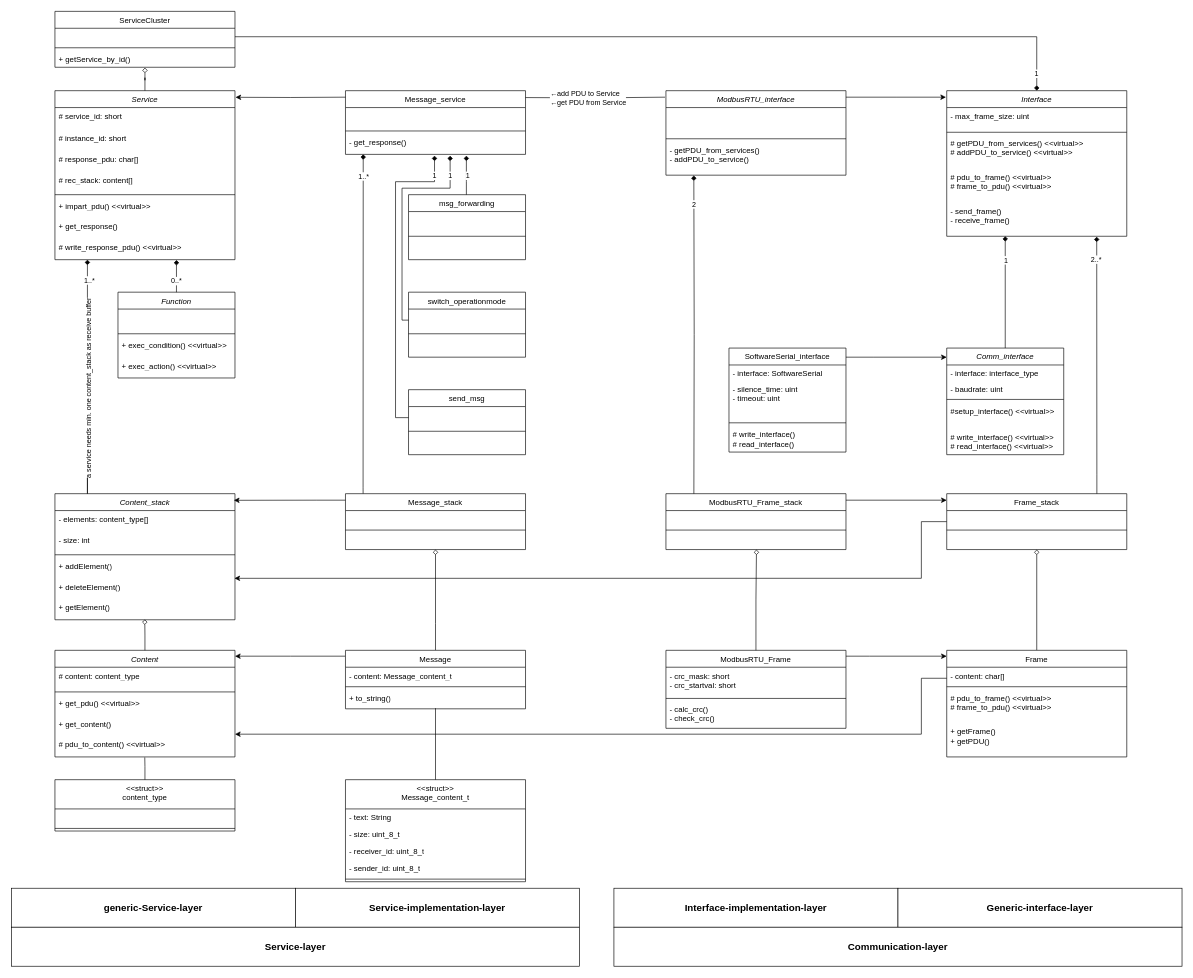
Before: modbus_classdiagram.drawio in F-L-X-S/BusBricks, a draw.io diagram. Source tidied: cells renumbered, new cells numbered last; positions are measured from the earlier drawing's top-left corner, leaving out a move shared by most shapes. Both pictures are drawn from the tidied source at 65%, with x=0, y=0 at pixel (11, 11).
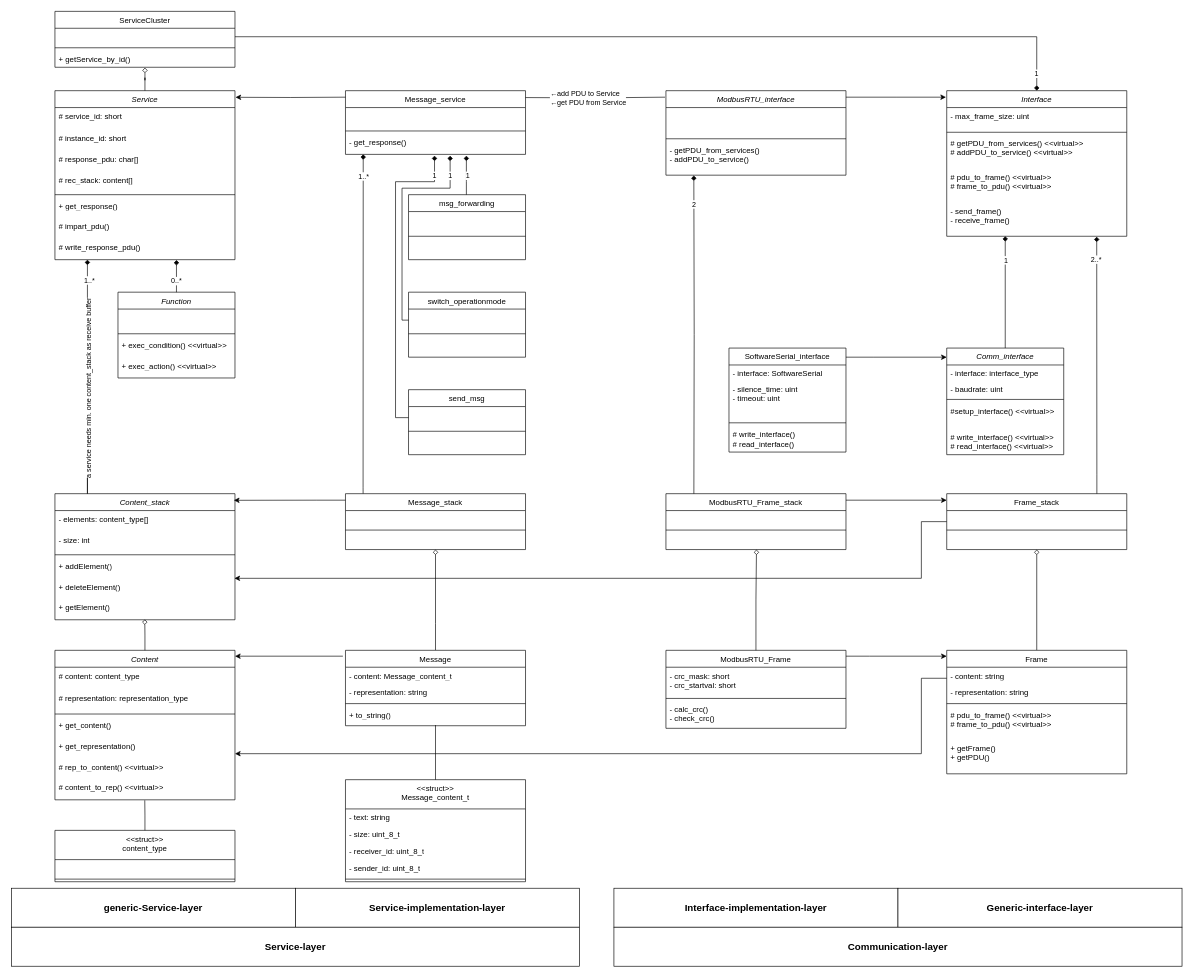
The same diagram, later.

Unchanged cells that the change refers to:
```xml
<mxCell id="13" value="&lt;i style=&quot;font-weight: normal;&quot;&gt;Service&lt;/i&gt;" style="swimlane;fontStyle=1;align=center;verticalAlign=top;horizontal=1;startSize=26;whiteSpace=wrap;html=1;" parent="1" vertex="1">
  <mxGeometry x="67" y="122" width="277" height="260" as="geometry" />
</mxCell>
<mxCell id="34" value="&lt;div&gt;&lt;span style=&quot;font-weight: 400;&quot;&gt;&amp;lt;&amp;lt;struct&amp;gt;&amp;gt;&lt;/span&gt;&lt;/div&gt;&lt;span style=&quot;font-weight: 400;&quot;&gt;Message_content_t&lt;/span&gt;" style="swimlane;fontStyle=1;align=center;verticalAlign=top;horizontal=1;startSize=45;whiteSpace=wrap;html=1;" parent="1" vertex="1">
  <mxGeometry x="514" y="1182" width="277" height="157" as="geometry" />
</mxCell>
```

The edit, as a diff of the source:
```diff
@@
+    <mxCell id="20" value="+ get_response()&amp;nbsp;" style="text;strokeColor=none;fillColor=none;align=left;verticalAlign=top;spacingLeft=4;spacingRight=4;overflow=hidden;whiteSpace=wrap;html=1;" parent="13" vertex="1">
+      <mxGeometry y="164" width="277" height="32" as="geometry" />
+    </mxCell>
-    <mxCell id="19" value="+ impart_pdu() &amp;lt;&amp;lt;virtual&amp;gt;&amp;gt;" style="text;strokeColor=none;fillColor=none;align=left;verticalAlign=top;spacingLeft=4;spacingRight=4;overflow=hidden;whiteSpace=wrap;html=1;" parent="13" vertex="1">
-      <mxGeometry y="164" width="277" height="32" as="geometry" />
+    <mxCell id="19" value="# impart_pdu()&amp;nbsp;" style="text;strokeColor=none;fillColor=none;align=left;verticalAlign=top;spacingLeft=4;spacingRight=4;overflow=hidden;whiteSpace=wrap;html=1;" parent="13" vertex="1">
+      <mxGeometry y="196" width="277" height="32" as="geometry" />
     </mxCell>
-    <mxCell id="20" value="+ get_response()&amp;nbsp;" style="text;strokeColor=none;fillColor=none;align=left;verticalAlign=top;spacingLeft=4;spacingRight=4;overflow=hidden;whiteSpace=wrap;html=1;" parent="13" vertex="1">
-      <mxGeometry y="196" width="277" height="32" as="geometry" />
-    </mxCell>
-    <mxCell id="21" value="# write_response_pdu() &amp;lt;&amp;lt;virtual&amp;gt;&amp;gt;" style="text;strokeColor=none;fillColor=none;align=left;verticalAlign=top;spacingLeft=4;spacingRight=4;overflow=hidden;points=[[0,0.5],[1,0.5]];portConstraint=eastwest;whiteSpace=wrap;html=1;" parent="13" vertex="1">
+    <mxCell id="21" value="# write_response_pdu()&amp;nbsp;" style="text;strokeColor=none;fillColor=none;align=left;verticalAlign=top;spacingLeft=4;spacingRight=4;overflow=hidden;points=[[0,0.5],[1,0.5]];portConstraint=eastwest;whiteSpace=wrap;html=1;" parent="13" vertex="1">
       <mxGeometry y="228" width="277" height="32" as="geometry" />
     </mxCell>
-    <mxCell id="22" style="edgeStyle=orthogonalEdgeStyle;rounded=0;jettySize=auto;html=1;entryX=1.001;entryY=0.674;entryDx=0;entryDy=0;entryPerimeter=0;endArrow=classic;endFill=1;exitX=-0.001;exitY=0.1;exitDx=0;exitDy=0;exitPerimeter=0;" parent="1" edge="1" source="24">
+    <mxCell id="22" style="edgeStyle=orthogonalEdgeStyle;rounded=0;orthogonalLoop=1;jettySize=auto;html=1;entryX=1.001;entryY=0.674;entryDx=0;entryDy=0;entryPerimeter=0;endArrow=classic;endFill=1;" parent="1" edge="1">
       <mxGeometry relative="1" as="geometry">
+        <mxPoint x="510" y="992" as="sourcePoint" />
         <mxPoint x="344" y="992" as="targetPoint" />
       </mxGeometry>
     </mxCell>
@@
     <mxCell id="24" value="&lt;span style=&quot;font-weight: 400;&quot;&gt;Message&lt;/span&gt;" style="swimlane;fontStyle=1;align=center;verticalAlign=top;horizontal=1;startSize=26;whiteSpace=wrap;html=1;" parent="1" vertex="1">
-      <mxGeometry x="514" y="983" width="277" height="90" as="geometry" />
+      <mxGeometry x="514" y="983" width="277" height="116" as="geometry" />
     </mxCell>
@@
+    <mxCell id="149" value="- representation: string" style="text;strokeColor=none;fillColor=none;align=left;verticalAlign=top;spacingLeft=4;spacingRight=4;overflow=hidden;whiteSpace=wrap;html=1;" parent="24" vertex="1">
+      <mxGeometry y="52" width="277" height="26" as="geometry" />
+    </mxCell>
     <mxCell id="26" style="line;strokeWidth=1;fillColor=none;align=left;verticalAlign=middle;spacingTop=-1;spacingLeft=3;spacingRight=3;labelPosition=right;strokeColor=inherit;" parent="24" vertex="1">
-      <mxGeometry y="52" width="277" height="8" as="geometry" />
+      <mxGeometry y="78" width="277" height="8" as="geometry" />
     </mxCell>
     <mxCell id="27" value="+ to_string()" style="text;strokeColor=none;fillColor=none;align=left;verticalAlign=top;spacingLeft=4;spacingRight=4;overflow=hidden;points=[[0,0.5],[1,0.5]];portConstraint=eastwest;whiteSpace=wrap;html=1;" parent="24" vertex="1">
-      <mxGeometry y="60" width="277" height="30" as="geometry" />
+      <mxGeometry y="86" width="277" height="30" as="geometry" />
     </mxCell>
     <mxCell id="28" value="&lt;i style=&quot;font-weight: normal;&quot;&gt;Content&lt;/i&gt;" style="swimlane;fontStyle=1;align=center;verticalAlign=top;horizontal=1;startSize=26;whiteSpace=wrap;html=1;" parent="1" vertex="1">
-      <mxGeometry x="67" y="983" width="277" height="164" as="geometry" />
+      <mxGeometry x="67" y="983" width="277" height="230" as="geometry" />
     </mxCell>
@@
+    <mxCell id="150" value="# representation: representation_type" style="text;strokeColor=none;fillColor=none;align=left;verticalAlign=top;spacingLeft=4;spacingRight=4;overflow=hidden;whiteSpace=wrap;html=1;" parent="28" vertex="1">
+      <mxGeometry y="60" width="277" height="34" as="geometry" />
+    </mxCell>
     <mxCell id="30" style="line;strokeWidth=1;fillColor=none;align=left;verticalAlign=middle;spacingTop=-1;spacingLeft=3;spacingRight=3;labelPosition=right;strokeColor=inherit;" parent="28" vertex="1">
-      <mxGeometry y="60" width="277" height="8" as="geometry" />
+      <mxGeometry y="94" width="277" height="8" as="geometry" />
     </mxCell>
+    <mxCell id="32" value="+ get_content()&amp;nbsp;" style="text;strokeColor=none;fillColor=none;align=left;verticalAlign=top;spacingLeft=4;spacingRight=4;overflow=hidden;whiteSpace=wrap;html=1;" parent="28" vertex="1">
+      <mxGeometry y="102" width="277" height="32" as="geometry" />
+    </mxCell>
-    <mxCell id="31" value="+ get_pdu()&amp;nbsp;&amp;lt;&amp;lt;virtual&amp;gt;&amp;gt;" style="text;strokeColor=none;fillColor=none;align=left;verticalAlign=top;spacingLeft=4;spacingRight=4;overflow=hidden;whiteSpace=wrap;html=1;" parent="28" vertex="1">
-      <mxGeometry y="68" width="277" height="32" as="geometry" />
+    <mxCell id="31" value="+ get_representation()&amp;nbsp;" style="text;strokeColor=none;fillColor=none;align=left;verticalAlign=top;spacingLeft=4;spacingRight=4;overflow=hidden;whiteSpace=wrap;html=1;" parent="28" vertex="1">
+      <mxGeometry y="134" width="277" height="32" as="geometry" />
     </mxCell>
-    <mxCell id="32" value="+ get_content()&amp;nbsp;" style="text;strokeColor=none;fillColor=none;align=left;verticalAlign=top;spacingLeft=4;spacingRight=4;overflow=hidden;whiteSpace=wrap;html=1;" parent="28" vertex="1">
-      <mxGeometry y="100" width="277" height="32" as="geometry" />
-    </mxCell>
-    <mxCell id="33" value="# pdu_to_content()&amp;nbsp;&amp;lt;&amp;lt;virtual&amp;gt;&amp;gt;" style="text;strokeColor=none;fillColor=none;align=left;verticalAlign=top;spacingLeft=4;spacingRight=4;overflow=hidden;points=[[0,0.5],[1,0.5]];portConstraint=eastwest;whiteSpace=wrap;html=1;" parent="28" vertex="1">
-      <mxGeometry y="132" width="277" height="32" as="geometry" />
+    <mxCell id="33" value="# rep_to_content()&amp;nbsp;&amp;lt;&amp;lt;virtual&amp;gt;&amp;gt;" style="text;strokeColor=none;fillColor=none;align=left;verticalAlign=top;spacingLeft=4;spacingRight=4;overflow=hidden;points=[[0,0.5],[1,0.5]];portConstraint=eastwest;whiteSpace=wrap;html=1;" parent="28" vertex="1">
+      <mxGeometry y="166" width="277" height="32" as="geometry" />
     </mxCell>
+    <mxCell id="151" value="# content_to_rep()&amp;nbsp;&amp;lt;&amp;lt;virtual&amp;gt;&amp;gt;" style="text;strokeColor=none;fillColor=none;align=left;verticalAlign=top;spacingLeft=4;spacingRight=4;overflow=hidden;points=[[0,0.5],[1,0.5]];portConstraint=eastwest;whiteSpace=wrap;html=1;" parent="28" vertex="1">
+      <mxGeometry y="198" width="277" height="32" as="geometry" />
+    </mxCell>
@@
-    <mxCell id="35" value="- text: String&amp;nbsp;" style="text;strokeColor=none;fillColor=none;align=left;verticalAlign=top;spacingLeft=4;spacingRight=4;overflow=hidden;whiteSpace=wrap;html=1;" parent="34" vertex="1">
+    <mxCell id="35" value="- text: string&amp;nbsp;" style="text;strokeColor=none;fillColor=none;align=left;verticalAlign=top;spacingLeft=4;spacingRight=4;overflow=hidden;whiteSpace=wrap;html=1;" parent="34" vertex="1">
       <mxGeometry y="45" width="277" height="26" as="geometry" />
     </mxCell>
@@
     <mxCell id="69" value="&lt;div&gt;&lt;span style=&quot;font-weight: 400;&quot;&gt;&amp;lt;&amp;lt;struct&amp;gt;&amp;gt;&lt;/span&gt;&lt;/div&gt;&lt;span style=&quot;font-weight: 400;&quot;&gt;content_type&lt;/span&gt;" style="swimlane;fontStyle=1;align=center;verticalAlign=top;horizontal=1;startSize=45;whiteSpace=wrap;html=1;" parent="1" vertex="1">
-      <mxGeometry x="67" y="1182" width="277" height="79" as="geometry" />
+      <mxGeometry x="67" y="1260" width="277" height="79" as="geometry" />
     </mxCell>
@@
-    <mxCell id="72" style="edgeStyle=orthogonalEdgeStyle;rounded=0;jettySize=auto;html=1;entryX=0.499;entryY=1.024;entryDx=0;entryDy=0;entryPerimeter=0;endArrow=none;endFill=0;" parent="1" edge="1" source="69" target="33">
-      <mxGeometry relative="1" as="geometry" />
-    </mxCell>
@@
     <mxCell id="130" style="edgeStyle=orthogonalEdgeStyle;rounded=0;jettySize=auto;html=1;" parent="1" edge="1" source="131">
       <mxGeometry relative="1" as="geometry">
-        <mxPoint x="344" y="1112" as="targetPoint" />
+        <mxPoint x="344" y="1142" as="targetPoint" />
         <Array as="points">
           <mxPoint x="1400" y="1026" />
-          <mxPoint x="1400" y="1112" />
-          <mxPoint x="344" y="1112" />
+          <mxPoint x="1400" y="1142" />
+          <mxPoint x="344" y="1142" />
         </Array>
       </mxGeometry>
     </mxCell>
     <mxCell id="131" value="&lt;span style=&quot;font-weight: 400;&quot;&gt;Frame&lt;/span&gt;" style="swimlane;fontStyle=1;align=center;verticalAlign=top;horizontal=1;startSize=26;whiteSpace=wrap;html=1;" parent="1" vertex="1">
-      <mxGeometry x="1439" y="983" width="277" height="164" as="geometry" />
+      <mxGeometry x="1439" y="983" width="277" height="190" as="geometry" />
     </mxCell>
-    <mxCell id="132" value="- content: char[]" style="text;strokeColor=none;fillColor=none;align=left;verticalAlign=top;spacingLeft=4;spacingRight=4;overflow=hidden;whiteSpace=wrap;html=1;" parent="131" vertex="1">
+    <mxCell id="132" value="- content: string" style="text;strokeColor=none;fillColor=none;align=left;verticalAlign=top;spacingLeft=4;spacingRight=4;overflow=hidden;whiteSpace=wrap;html=1;" parent="131" vertex="1">
       <mxGeometry y="26" width="277" height="26" as="geometry" />
     </mxCell>
+    <mxCell id="152" value="- representation: string" style="text;strokeColor=none;fillColor=none;align=left;verticalAlign=top;spacingLeft=4;spacingRight=4;overflow=hidden;whiteSpace=wrap;html=1;" parent="131" vertex="1">
+      <mxGeometry y="52" width="277" height="26" as="geometry" />
+    </mxCell>
     <mxCell id="133" style="line;strokeWidth=1;fillColor=none;align=left;verticalAlign=middle;spacingTop=-1;spacingLeft=3;spacingRight=3;labelPosition=right;strokeColor=inherit;" parent="131" vertex="1">
-      <mxGeometry y="52" width="277" height="8" as="geometry" />
+      <mxGeometry y="78" width="277" height="8" as="geometry" />
     </mxCell>
     <mxCell id="134" value="# pdu_to_frame() &amp;lt;&amp;lt;virtual&amp;gt;&amp;gt;&lt;br&gt;# frame_to_pdu() &amp;lt;&amp;lt;virtual&amp;gt;&amp;gt;" style="text;strokeColor=none;fillColor=none;align=left;verticalAlign=top;spacingLeft=4;spacingRight=4;overflow=hidden;whiteSpace=wrap;html=1;" parent="131" vertex="1">
-      <mxGeometry y="60" width="277" height="52" as="geometry" />
+      <mxGeometry y="86" width="277" height="52" as="geometry" />
     </mxCell>
     <mxCell id="135" value="+ getFrame()&amp;nbsp;&lt;br&gt;+ getPDU()&amp;nbsp;" style="text;strokeColor=none;fillColor=none;align=left;verticalAlign=top;spacingLeft=4;spacingRight=4;overflow=hidden;whiteSpace=wrap;html=1;" parent="131" vertex="1">
-      <mxGeometry y="112" width="277" height="52" as="geometry" />
+      <mxGeometry y="138" width="277" height="52" as="geometry" />
     </mxCell>
@@
+    <mxCell id="153" style="edgeStyle=orthogonalEdgeStyle;rounded=0;jettySize=auto;html=1;entryX=0.499;entryY=1.023;entryDx=0;entryDy=0;entryPerimeter=0;endArrow=none;endFill=0;" parent="1" edge="1" source="69" target="151">
+      <mxGeometry relative="1" as="geometry" />
+    </mxCell>
```
